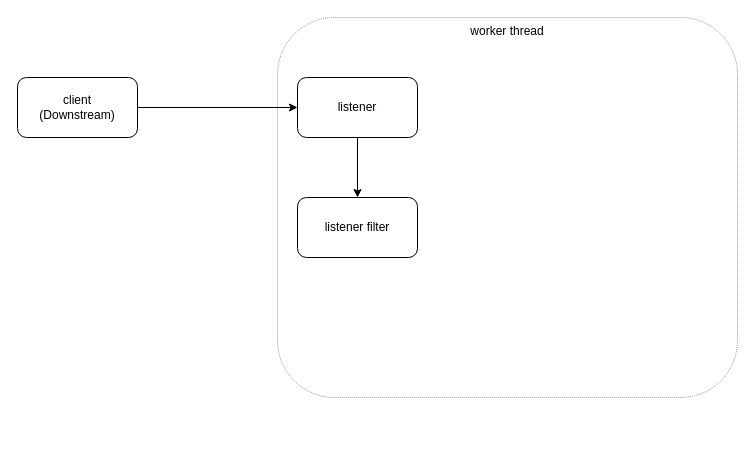
Above: life of a request.drawio in xu1zhou/Documents (draw.io), before the change. Source tidied: cells renumbered, new cells numbered last; positions are measured from the earlier drawing's top-left corner, leaving out a move shared by most shapes. Both pictures are drawn from the tidied source at 100%, with x=0, y=0 at pixel (17, 17).
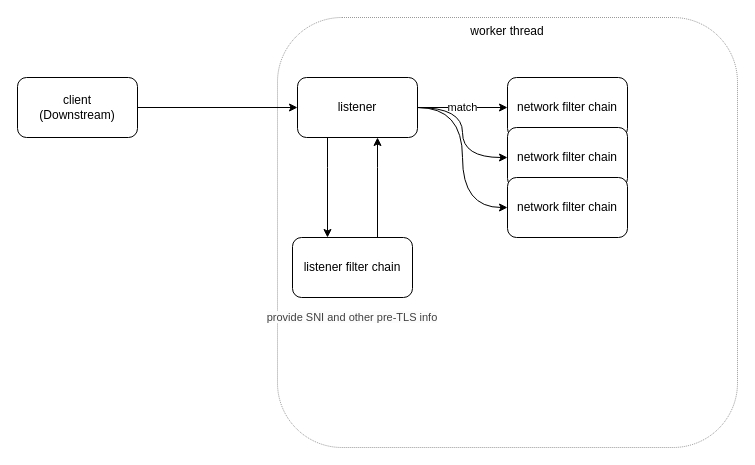
The same page after the edit.

What changed in the source:
```diff
@@
 <mxGraphModel>
   <root>
     <mxCell id="0" />
     <mxCell id="1" parent="0" />
     <mxCell id="2" value="worker thread" style="rounded=1;whiteSpace=wrap;html=1;opacity=40;dashed=1;dashPattern=1 1;verticalAlign=top;" parent="1" vertex="1">
-      <mxGeometry x="260" width="460" height="380" as="geometry" />
+      <mxGeometry x="260" width="460" height="430" as="geometry" />
     </mxCell>
     <mxCell id="3" style="edgeStyle=orthogonalEdgeStyle;rounded=0;jettySize=auto;html=1;" parent="1" edge="1" source="4" target="6">
       <mxGeometry relative="1" as="geometry" />
     </mxCell>
     <mxCell id="4" value="client&lt;br&gt;(Downstream)" style="rounded=1;whiteSpace=wrap;html=1;" parent="1" vertex="1">
       <mxGeometry y="60" width="120" height="60" as="geometry" />
     </mxCell>
     <mxCell id="5" style="edgeStyle=orthogonalEdgeStyle;rounded=0;jettySize=auto;html=1;" parent="1" edge="1" source="6" target="7">
-      <mxGeometry relative="1" as="geometry" />
+      <mxGeometry relative="1" as="geometry">
+        <Array as="points">
+          <mxPoint x="310" y="150" />
+          <mxPoint x="310" y="150" />
+        </Array>
+      </mxGeometry>
     </mxCell>
+    <mxCell id="8" value="match" style="edgeStyle=orthogonalEdgeStyle;rounded=0;jettySize=auto;html=1;" parent="1" edge="1" source="6" target="12">
+      <mxGeometry relative="1" as="geometry" />
+    </mxCell>
+    <mxCell id="9" style="edgeStyle=orthogonalEdgeStyle;rounded=0;jettySize=auto;html=1;curved=1;" parent="1" edge="1" source="6" target="14">
+      <mxGeometry relative="1" as="geometry" />
+    </mxCell>
+    <mxCell id="10" style="edgeStyle=orthogonalEdgeStyle;curved=1;rounded=0;jettySize=auto;html=1;entryX=0;entryY=0.5;entryDx=0;entryDy=0;" parent="1" edge="1" source="6" target="15">
+      <mxGeometry relative="1" as="geometry" />
+    </mxCell>
     <mxCell id="6" value="listener" style="rounded=1;whiteSpace=wrap;html=1;" parent="1" vertex="1">
       <mxGeometry x="280" y="60" width="120" height="60" as="geometry" />
     </mxCell>
+    <mxCell id="11" style="edgeStyle=orthogonalEdgeStyle;rounded=0;jettySize=auto;html=1;" parent="1" edge="1" source="7" target="6">
+      <mxGeometry relative="1" as="geometry">
+        <Array as="points">
+          <mxPoint x="360" y="150" />
+          <mxPoint x="360" y="150" />
+        </Array>
+      </mxGeometry>
+    </mxCell>
-    <mxCell id="7" value="listener filter" style="rounded=1;whiteSpace=wrap;html=1;verticalAlign=middle;" parent="1" vertex="1">
-      <mxGeometry x="280" y="180" width="120" height="60" as="geometry" />
+    <mxCell id="7" value="listener filter chain" style="rounded=1;whiteSpace=wrap;html=1;verticalAlign=middle;" parent="1" vertex="1">
+      <mxGeometry x="275" y="220" width="120" height="60" as="geometry" />
     </mxCell>
+    <mxCell id="12" value="network filter chain" style="rounded=1;whiteSpace=wrap;html=1;verticalAlign=middle;" parent="1" vertex="1">
+      <mxGeometry x="490" y="60" width="120" height="60" as="geometry" />
+    </mxCell>
+    <mxCell id="13" value="&lt;font style=&quot;font-size: 11px&quot;&gt;&lt;span style=&quot;color: rgb(64 , 64 , 64) ; font-style: normal ; font-weight: 400 ; letter-spacing: normal ; text-align: left ; text-indent: 0px ; text-transform: none ; word-spacing: 0px ; background-color: rgb(252 , 252 , 252) ; display: inline ; float: none&quot;&gt;provide SNI and other pre-TLS info&lt;/span&gt;&lt;br&gt;&lt;/font&gt;" style="text;html=1;strokeColor=none;fillColor=none;align=center;verticalAlign=middle;whiteSpace=wrap;rounded=0;" parent="1" vertex="1">
+      <mxGeometry x="220" y="290" width="230" height="20" as="geometry" />
+    </mxCell>
+    <mxCell id="14" value="network filter chain" style="rounded=1;whiteSpace=wrap;html=1;verticalAlign=middle;" parent="1" vertex="1">
+      <mxGeometry x="490" y="110" width="120" height="60" as="geometry" />
+    </mxCell>
+    <mxCell id="15" value="network filter chain" style="rounded=1;whiteSpace=wrap;html=1;verticalAlign=middle;" parent="1" vertex="1">
+      <mxGeometry x="490" y="160" width="120" height="60" as="geometry" />
+    </mxCell>
   </root>
 </mxGraphModel>
```
